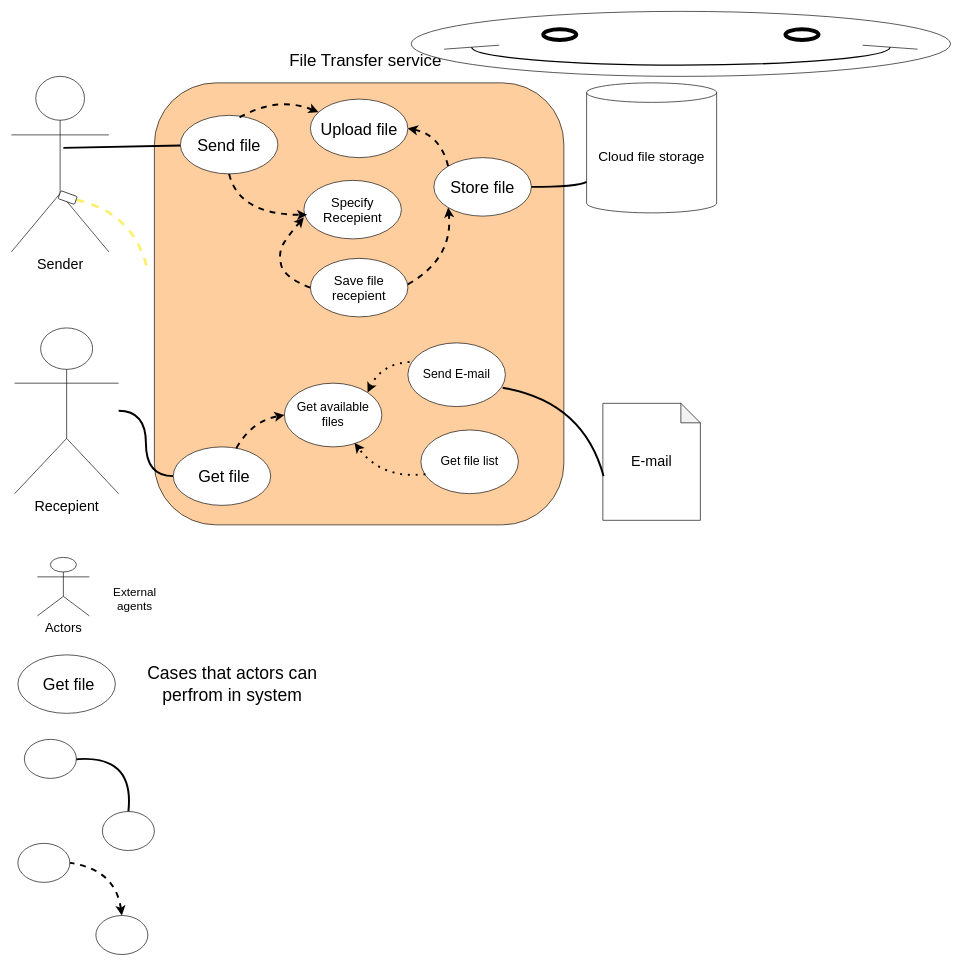
Before: file_exchanger/docs/usecases.drawio in gorohovIlya/test-git-gorohov, a draw.io diagram. Source tidied: cells renumbered, new cells numbered last; positions are measured from the earlier drawing's top-left corner, leaving out a move shared by most shapes. Both pictures are drawn from the tidied source at 65%, with x=0, y=0 at pixel (11, 11).
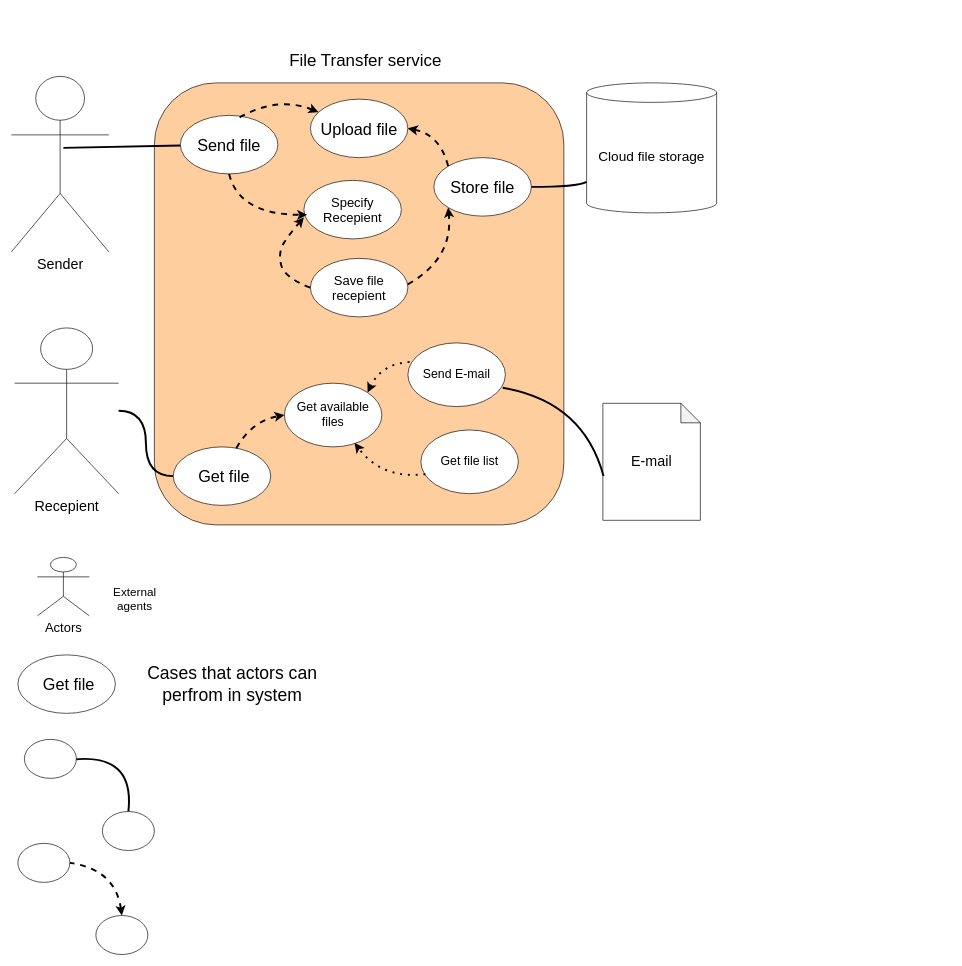
The same page after the edit.

The edit, as a diff of the source:
```diff
@@
-    <mxCell id="26" style="endArrow=none;dashed=1;html=1;rounded=0;curved=1;strokeWidth=4;fillColor=#FFFF00;strokeColor=light-dark(#f9f06b, #ededed);" parent="1" edge="1">
-      <mxGeometry relative="1" as="geometry">
-        <mxPoint x="100" y="290" as="sourcePoint" />
-        <mxPoint x="210" y="400" as="targetPoint" />
-        <Array as="points">
-          <mxPoint x="190" y="310" />
-        </Array>
-      </mxGeometry>
-    </mxCell>
@@
-    <mxCell id="28" style="verticalLabelPosition=bottom;verticalAlign=top;html=1;shape=mxgraph.basic.smiley;" parent="1" vertex="1">
-      <mxGeometry x="615" width="830" height="100" as="geometry" />
-    </mxCell>
@@
-    <mxCell id="33" style="rounded=1;whiteSpace=wrap;html=1;rotation=20;" parent="1" vertex="1">
-      <mxGeometry x="73.2" y="280" width="26.8" height="12.9" as="geometry" />
-    </mxCell>
```
